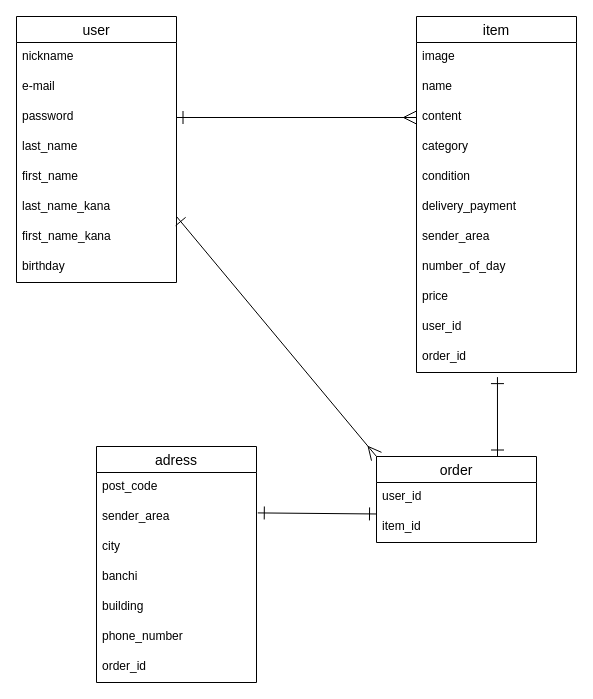
naminoriko/furima-39235 keeps this draw.io diagram as er.dio. Above is the earlier version. Source tidied: cells renumbered, new cells numbered last; positions are measured from the earlier drawing's top-left corner, leaving out a move shared by most shapes. Both pictures are drawn from the tidied source at 100%, with x=0, y=0 at pixel (16, 16).
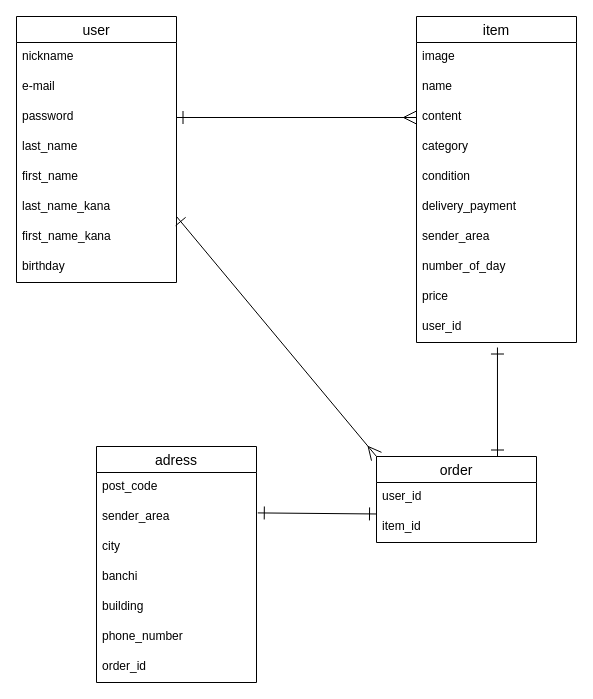
The same diagram, later.

Commit message (it also covers changes not shown here):
ER図、READ MEファイル修正４

The change refers to these unchanged cells:
```xml
<mxCell id="12" value="user_id" style="text;strokeColor=none;fillColor=none;spacingLeft=4;spacingRight=4;overflow=hidden;points=[[0,0.5],[1,0.5]];portConstraint=eastwest;fontSize=12;" parent="2" vertex="1">
  <mxGeometry y="296" width="160" height="30" as="geometry" />
</mxCell>
```

Diff of the diagram source:
```diff
@@
     <mxCell id="2" value="item" style="swimlane;fontStyle=0;horizontal=1;startSize=26;align=center;fontSize=14;" parent="1" vertex="1">
-      <mxGeometry x="400" width="160" height="356" as="geometry" />
+      <mxGeometry x="400" width="160" height="326" as="geometry" />
     </mxCell>
@@
-    <mxCell id="13" value="order_id" style="text;strokeColor=none;fillColor=none;spacingLeft=4;spacingRight=4;overflow=hidden;points=[[0,0.5],[1,0.5]];portConstraint=eastwest;fontSize=12;" parent="2" vertex="1">
-      <mxGeometry y="326" width="160" height="30" as="geometry" />
-    </mxCell>
@@
-    <mxCell id="32" style="edgeStyle=none;html=1;endArrow=ERone;endFill=0;startArrow=ERone;startFill=0;endSize=11;startSize=11;entryX=0.506;entryY=1.154;entryDx=0;entryDy=0;entryPerimeter=0;" parent="1" edge="1" target="13">
+    <mxCell id="32" style="edgeStyle=none;html=1;endArrow=ERone;endFill=0;startArrow=ERone;startFill=0;endSize=11;startSize=11;entryX=0.506;entryY=1.167;entryDx=0;entryDy=0;entryPerimeter=0;" parent="1" edge="1" target="12">
       <mxGeometry relative="1" as="geometry">
         <mxPoint x="481" y="440" as="sourcePoint" />
       </mxGeometry>
     </mxCell>
```
